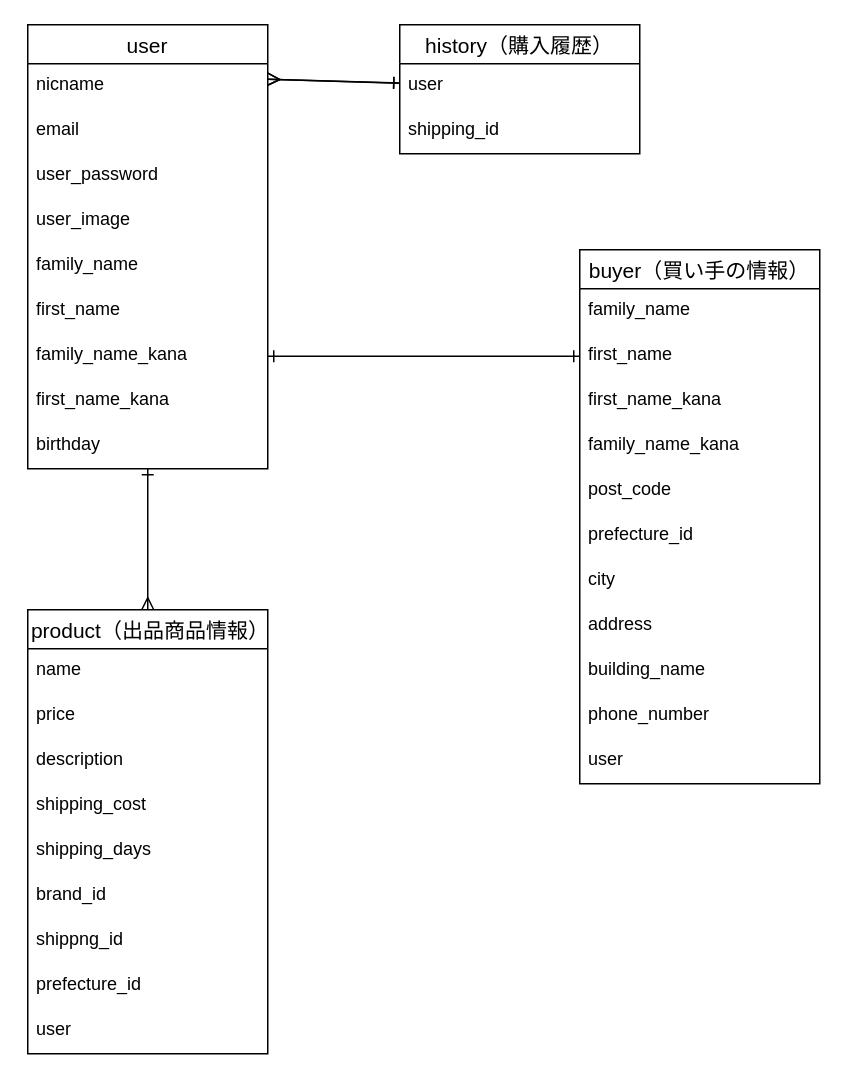
Earlier version of the draw.io diagram er-zu-furima-41252.dio (yu-no-m1i/furima-41252). Source tidied: cells renumbered, new cells numbered last; positions are measured from the earlier drawing's top-left corner, leaving out a move shared by most shapes. Both pictures are drawn from the tidied source at 150%, with x=0, y=0 at pixel (27, 24).
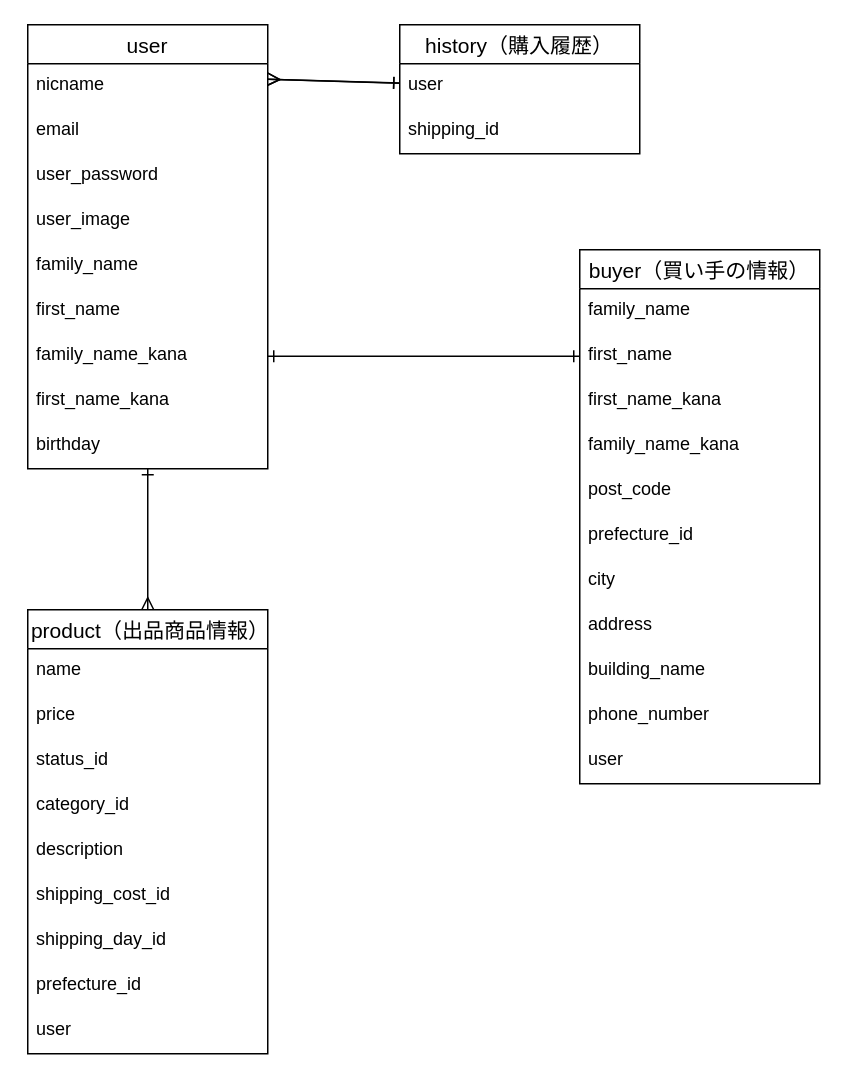
The same diagram, later.

Commit message (it also covers changes not shown here):
READ ME、ER図各種修正

Unchanged cells that the change refers to:
```xml
<mxCell id="25" value=" product（出品商品情報）" style="swimlane;fontStyle=0;horizontal=1;startSize=26;align=center;fontSize=14;" parent="1" vertex="1">
  <mxGeometry y="390" width="160" height="296" as="geometry" />
</mxCell>
```

What changed in the source:
```diff
@@
+    <mxCell id="41" value="status_id" style="text;spacingLeft=4;spacingRight=4;overflow=hidden;fontSize=12;" parent="25" vertex="1">
+      <mxGeometry y="86" width="160" height="30" as="geometry" />
+    </mxCell>
+    <mxCell id="42" value="category_id" style="text;spacingLeft=4;spacingRight=4;overflow=hidden;fontSize=12;" parent="25" vertex="1">
+      <mxGeometry y="116" width="160" height="30" as="geometry" />
+    </mxCell>
     <mxCell id="28" value="description" style="text;strokeColor=none;fillColor=none;spacingLeft=4;spacingRight=4;overflow=hidden;fontSize=12;" parent="25" vertex="1">
-      <mxGeometry y="86" width="160" height="30" as="geometry" />
+      <mxGeometry y="146" width="160" height="30" as="geometry" />
     </mxCell>
-    <mxCell id="29" value="shipping_cost" style="text;strokeColor=none;fillColor=none;spacingLeft=4;spacingRight=4;overflow=hidden;fontSize=12;" parent="25" vertex="1">
-      <mxGeometry y="116" width="160" height="30" as="geometry" />
+    <mxCell id="29" value="shipping_cost_id" style="text;spacingLeft=4;spacingRight=4;overflow=hidden;fontSize=12;" parent="25" vertex="1">
+      <mxGeometry y="176" width="160" height="30" as="geometry" />
     </mxCell>
-    <mxCell id="30" value="shipping_days" style="text;strokeColor=none;fillColor=none;spacingLeft=4;spacingRight=4;overflow=hidden;fontSize=12;" parent="25" vertex="1">
-      <mxGeometry y="146" width="160" height="30" as="geometry" />
+    <mxCell id="30" value="shipping_day_id" style="text;spacingLeft=4;spacingRight=4;overflow=hidden;fontSize=12;" parent="25" vertex="1">
+      <mxGeometry y="206" width="160" height="30" as="geometry" />
     </mxCell>
-    <mxCell id="31" value="brand_id" style="text;strokeColor=none;fillColor=none;spacingLeft=4;spacingRight=4;overflow=hidden;fontSize=12;" parent="25" vertex="1">
-      <mxGeometry y="176" width="160" height="30" as="geometry" />
-    </mxCell>
-    <mxCell id="32" value="shippng_id" style="text;strokeColor=none;fillColor=none;spacingLeft=4;spacingRight=4;overflow=hidden;fontSize=12;" parent="25" vertex="1">
-      <mxGeometry y="206" width="160" height="30" as="geometry" />
-    </mxCell>
-    <mxCell id="33" value="prefecture_id" style="text;strokeColor=none;fillColor=none;spacingLeft=4;spacingRight=4;overflow=hidden;fontSize=12;" parent="25" vertex="1">
+    <mxCell id="33" value="prefecture_id" style="text;spacingLeft=4;spacingRight=4;overflow=hidden;fontSize=12;" parent="25" vertex="1">
       <mxGeometry y="236" width="160" height="30" as="geometry" />
     </mxCell>
```
